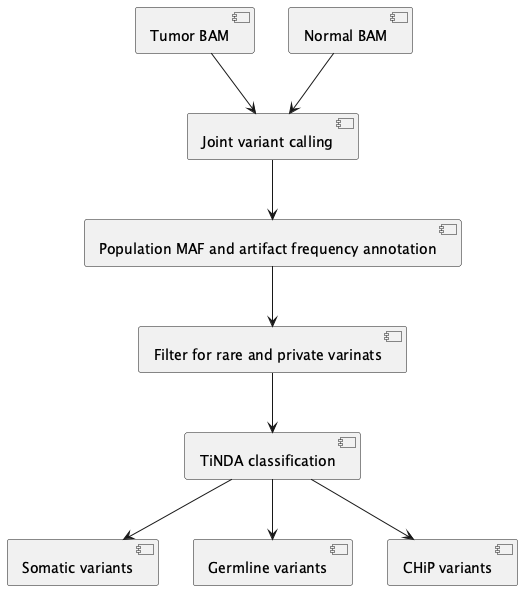
The PlantUML diagram man/figures/tinda_flow.png in NagaComBio/TiNDA, before a commit.
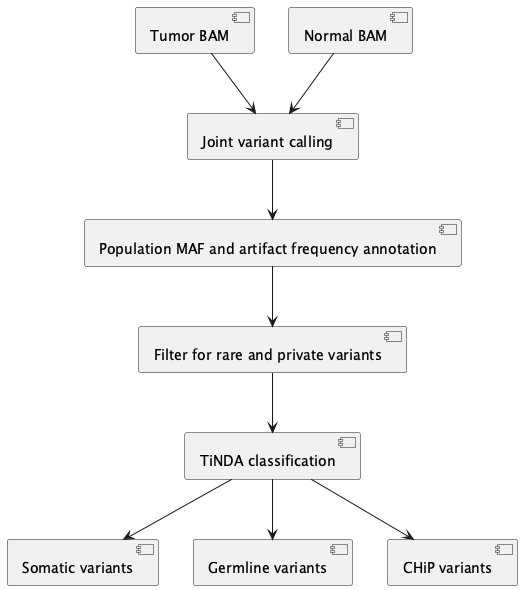
The same diagram one commit later.

Commit message:
Fix tinda flow typo

What changed in the source:
```diff
@@ -4,7 +4,7 @@
 component "Normal BAM" as nb
 component "Joint variant calling" as vc
 component "Population MAF and artifact frequency annotation" as va
-component "Filter for rare and private varinats" as vf
+component "Filter for rare and private variants" as vf
 component "TiNDA classification" as tinda
 component "Somatic variants" as rs
 component "Germline variants" as g
```
